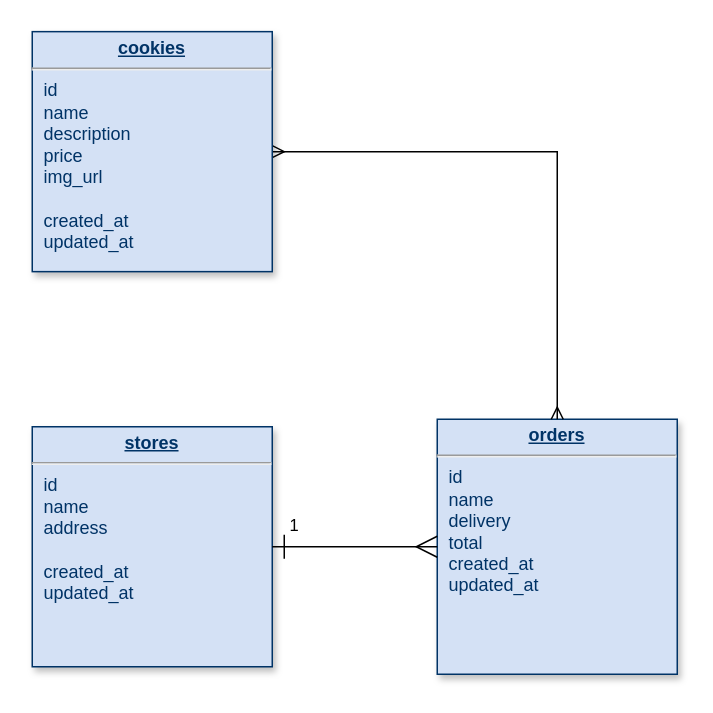
Above: cookie.drawio in booyouon/cookieshoppe (draw.io), before the change. Source tidied: cells renumbered, new cells numbered last; positions are measured from the earlier drawing's top-left corner, leaving out a move shared by most shapes. Both pictures are drawn from the tidied source at 150%, with x=0, y=0 at pixel (32, 32).
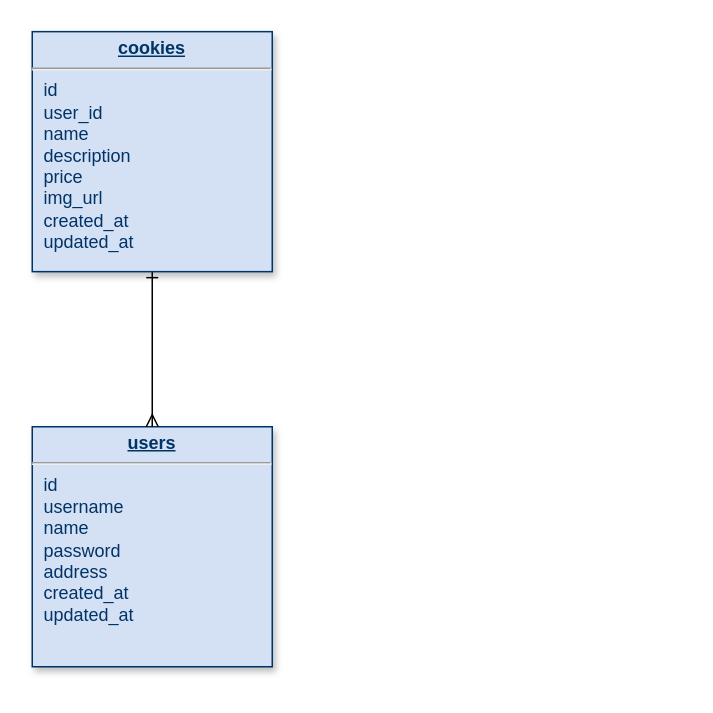
The same page after the edit.

Change to the diagram source:
```diff
@@
 <mxGraphModel>
   <root>
     <mxCell id="0" />
     <mxCell id="1" parent="0" />
-    <mxCell id="2" value="&lt;p style=&quot;margin: 0px ; margin-top: 4px ; text-align: center ; text-decoration: underline&quot;&gt;&lt;b&gt;orders&lt;/b&gt;&lt;/p&gt;&lt;hr&gt;&lt;p style=&quot;margin: 0px 0px 0px 8px&quot;&gt;id&lt;/p&gt;&lt;p style=&quot;margin: 0px 0px 0px 8px&quot;&gt;name&lt;/p&gt;&lt;p style=&quot;margin: 0px 0px 0px 8px&quot;&gt;delivery&lt;/p&gt;&lt;p style=&quot;margin: 0px 0px 0px 8px&quot;&gt;total&lt;/p&gt;&lt;p style=&quot;margin: 0px 0px 0px 8px&quot;&gt;created_at&lt;/p&gt;&lt;p style=&quot;margin: 0px 0px 0px 8px&quot;&gt;updated_at&lt;/p&gt;" style="verticalAlign=top;align=left;overflow=fill;fontSize=12;fontFamily=Helvetica;html=1;strokeColor=#003366;shadow=1;fillColor=#D4E1F5;fontColor=#003366;" parent="1" vertex="1">
-      <mxGeometry x="270" y="258" width="160" height="170" as="geometry" />
-    </mxCell>
-    <mxCell id="3" value="&lt;p style=&quot;margin: 0px ; margin-top: 4px ; text-align: center ; text-decoration: underline&quot;&gt;&lt;b&gt;stores&lt;/b&gt;&lt;/p&gt;&lt;hr&gt;&lt;p style=&quot;margin: 0px 0px 0px 8px&quot;&gt;id&lt;/p&gt;&lt;p style=&quot;margin: 0px 0px 0px 8px&quot;&gt;name&lt;/p&gt;&lt;p style=&quot;margin: 0px 0px 0px 8px&quot;&gt;address&lt;/p&gt;&lt;p style=&quot;margin: 0px 0px 0px 8px&quot;&gt;&lt;br&gt;&lt;/p&gt;&lt;p style=&quot;margin: 0px 0px 0px 8px&quot;&gt;created_at&lt;/p&gt;&lt;p style=&quot;margin: 0px 0px 0px 8px&quot;&gt;updated_at&lt;/p&gt;" style="verticalAlign=top;align=left;overflow=fill;fontSize=12;fontFamily=Helvetica;html=1;strokeColor=#003366;shadow=1;fillColor=#D4E1F5;fontColor=#003366;" parent="1" vertex="1">
+    <mxCell id="3" value="&lt;p style=&quot;margin: 0px ; margin-top: 4px ; text-align: center ; text-decoration: underline&quot;&gt;&lt;b&gt;users&lt;/b&gt;&lt;/p&gt;&lt;hr&gt;&lt;p style=&quot;margin: 0px 0px 0px 8px&quot;&gt;id&lt;/p&gt;&lt;p style=&quot;margin: 0px 0px 0px 8px&quot;&gt;username&lt;/p&gt;&lt;p style=&quot;margin: 0px 0px 0px 8px&quot;&gt;name&lt;/p&gt;&lt;p style=&quot;margin: 0px 0px 0px 8px&quot;&gt;password&lt;/p&gt;&lt;p style=&quot;margin: 0px 0px 0px 8px&quot;&gt;address&lt;/p&gt;&lt;p style=&quot;margin: 0px 0px 0px 8px&quot;&gt;created_at&lt;/p&gt;&lt;p style=&quot;margin: 0px 0px 0px 8px&quot;&gt;updated_at&lt;/p&gt;" style="verticalAlign=top;align=left;overflow=fill;fontSize=12;fontFamily=Helvetica;html=1;strokeColor=#003366;shadow=1;fillColor=#D4E1F5;fontColor=#003366;" parent="1" vertex="1">
       <mxGeometry y="263" width="160" height="160" as="geometry" />
     </mxCell>
-    <mxCell id="4" style="edgeStyle=orthogonalEdgeStyle;rounded=0;jettySize=auto;html=1;startArrow=ERmany;startFill=0;endArrow=ERmany;endFill=0;" parent="1" edge="1" source="5" target="2">
-      <mxGeometry relative="1" as="geometry">
-        <Array as="points">
-          <mxPoint x="350" y="80" />
-        </Array>
-      </mxGeometry>
-    </mxCell>
+    <mxCell id="7" style="edgeStyle=orthogonalEdgeStyle;rounded=0;jettySize=auto;html=1;startArrow=ERone;startFill=0;endArrow=ERmany;endFill=0;" parent="1" edge="1" source="5" target="3">
+      <mxGeometry relative="1" as="geometry" />
+    </mxCell>
-    <mxCell id="5" value="&lt;p style=&quot;margin: 0px ; margin-top: 4px ; text-align: center ; text-decoration: underline&quot;&gt;&lt;b&gt;cookies&lt;/b&gt;&lt;/p&gt;&lt;hr&gt;&lt;p style=&quot;margin: 0px ; margin-left: 8px&quot;&gt;id&lt;/p&gt;&lt;p style=&quot;margin: 0px ; margin-left: 8px&quot;&gt;name&lt;/p&gt;&lt;p style=&quot;margin: 0px ; margin-left: 8px&quot;&gt;description&lt;/p&gt;&lt;p style=&quot;margin: 0px ; margin-left: 8px&quot;&gt;price&lt;/p&gt;&lt;p style=&quot;margin: 0px ; margin-left: 8px&quot;&gt;img_url&lt;/p&gt;&lt;p style=&quot;margin: 0px ; margin-left: 8px&quot;&gt;&lt;br&gt;&lt;/p&gt;&lt;p style=&quot;margin: 0px ; margin-left: 8px&quot;&gt;created_at&lt;/p&gt;&lt;p style=&quot;margin: 0px ; margin-left: 8px&quot;&gt;updated_at&lt;/p&gt;&lt;p style=&quot;margin: 0px ; margin-left: 8px&quot;&gt;&lt;br&gt;&lt;/p&gt;" style="verticalAlign=top;align=left;overflow=fill;fontSize=12;fontFamily=Helvetica;html=1;strokeColor=#003366;shadow=1;fillColor=#D4E1F5;fontColor=#003366;" parent="1" vertex="1">
+    <mxCell id="5" value="&lt;p style=&quot;margin: 0px ; margin-top: 4px ; text-align: center ; text-decoration: underline&quot;&gt;&lt;b&gt;cookies&lt;/b&gt;&lt;/p&gt;&lt;hr&gt;&lt;p style=&quot;margin: 0px ; margin-left: 8px&quot;&gt;id&lt;/p&gt;&lt;p style=&quot;margin: 0px ; margin-left: 8px&quot;&gt;user_id&lt;/p&gt;&lt;p style=&quot;margin: 0px ; margin-left: 8px&quot;&gt;name&lt;/p&gt;&lt;p style=&quot;margin: 0px ; margin-left: 8px&quot;&gt;description&lt;/p&gt;&lt;p style=&quot;margin: 0px ; margin-left: 8px&quot;&gt;price&lt;/p&gt;&lt;p style=&quot;margin: 0px ; margin-left: 8px&quot;&gt;img_url&lt;/p&gt;&lt;p style=&quot;margin: 0px ; margin-left: 8px&quot;&gt;created_at&lt;/p&gt;&lt;p style=&quot;margin: 0px ; margin-left: 8px&quot;&gt;updated_at&lt;/p&gt;&lt;p style=&quot;margin: 0px ; margin-left: 8px&quot;&gt;&lt;br&gt;&lt;/p&gt;" style="verticalAlign=top;align=left;overflow=fill;fontSize=12;fontFamily=Helvetica;html=1;strokeColor=#003366;shadow=1;fillColor=#D4E1F5;fontColor=#003366;" parent="1" vertex="1">
       <mxGeometry y="-0.4" width="160" height="160" as="geometry" />
     </mxCell>
-    <mxCell id="6" value="1" style="endArrow=ERmany;endSize=12;startArrow=ERone;startSize=14;startFill=0;edgeStyle=orthogonalEdgeStyle;align=left;verticalAlign=bottom;endFill=0;" parent="1" edge="1" source="3" target="2">
-      <mxGeometry x="-0.82" y="5" relative="1" as="geometry" />
-    </mxCell>
   </root>
 </mxGraphModel>
```
